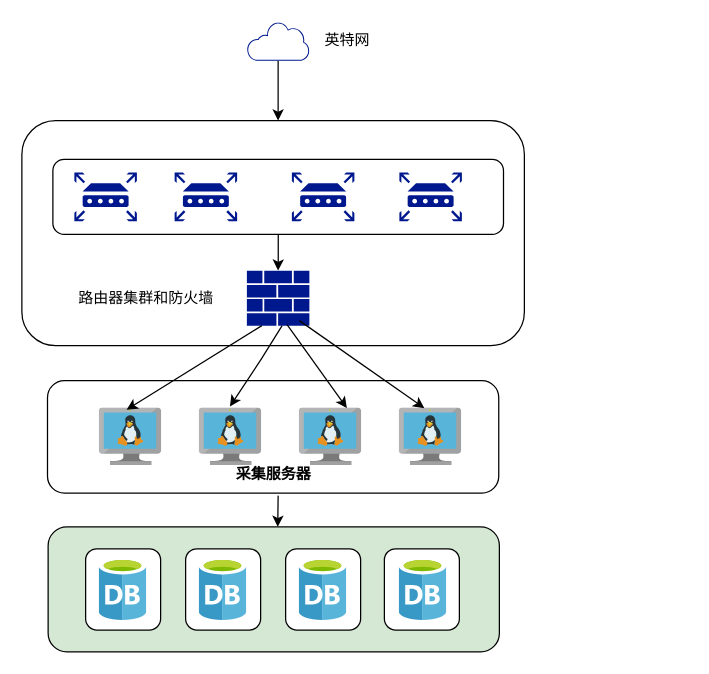
The draw.io diagram 可视化.drawio in onebyoneby/one, before the edit. Source tidied: cells renumbered, new cells numbered last; positions are measured from the earlier drawing's top-left corner, leaving out a move shared by most shapes. Both pictures are drawn from the tidied source at 125%, with x=0, y=0 at pixel (21, 21).
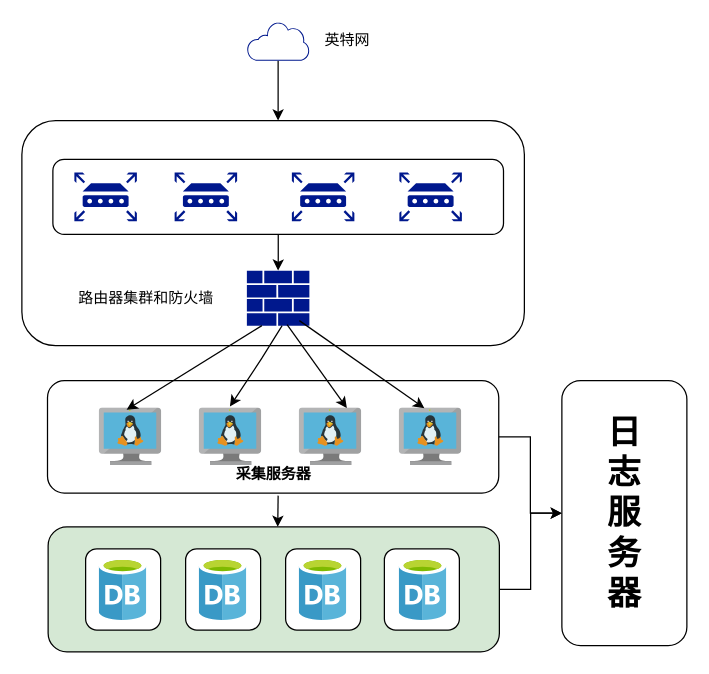
The same page after the edit.

Commit message (it also covers changes not shown here):
更新可视化.drawio

Unchanged cells that the change refers to:
```xml
<mxCell id="2" style="rounded=1;whiteSpace=wrap;html=1;fillColor=#d5e8d4;strokeColor=#000000;" parent="1" vertex="1">
  <mxGeometry x="21" y="404" width="361" height="100" as="geometry" />
</mxCell>
<mxCell id="10" style="rounded=1;whiteSpace=wrap;html=1;" parent="1" vertex="1">
  <mxGeometry x="20.5" y="287" width="361" height="90" as="geometry" />
</mxCell>
```

The edit, as a diff of the source:
```diff
@@
+    <mxCell id="35" style="edgeStyle=orthogonalEdgeStyle;rounded=0;jettySize=auto;html=1;fontSize=27;" parent="1" edge="1" source="2" target="37">
+      <mxGeometry relative="1" as="geometry" />
+    </mxCell>
@@
+    <mxCell id="36" style="edgeStyle=orthogonalEdgeStyle;rounded=0;jettySize=auto;html=1;fontSize=27;" parent="1" edge="1" source="10" target="37">
+      <mxGeometry relative="1" as="geometry" />
+    </mxCell>
@@
+    <mxCell id="37" value="&lt;b style=&quot;font-size: 27px;&quot;&gt;日&lt;br&gt;志&lt;br&gt;服&lt;br&gt;务&lt;/b&gt;&lt;br&gt;&lt;font style=&quot;font-size: 27px;&quot;&gt;&lt;b&gt;器&lt;/b&gt;&lt;/font&gt;" style="rounded=1;whiteSpace=wrap;html=1;strokeColor=#000000;" parent="1" vertex="1">
+      <mxGeometry x="432" y="287" width="100" height="212" as="geometry" />
+    </mxCell>
```
